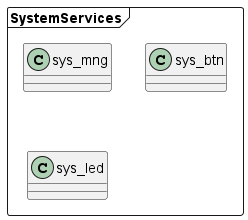
The PlantUML diagram docs/docs/architecture_syssvcs/architecture_syssvcs.png in minh2002sn/led_control, before a commit.
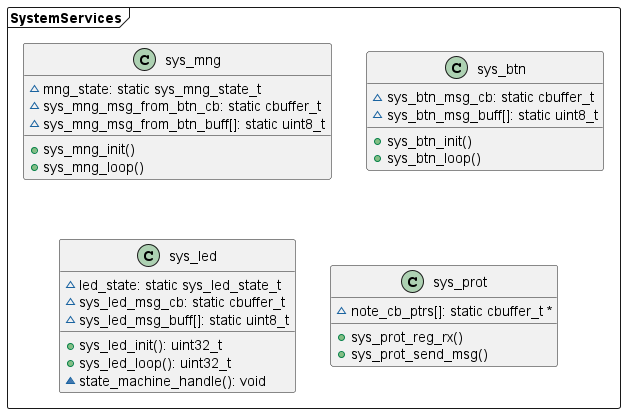
The same diagram one commit later.

Change to the diagram source:
```diff
@@ -2,8 +2,35 @@
 
 package SystemServices <<Frame>> {
   class sys_mng
+  {
+    ~mng_state: static sys_mng_state_t
+    ~sys_mng_msg_from_btn_cb: static cbuffer_t
+    ~sys_mng_msg_from_btn_buff[]: static uint8_t
+    +sys_mng_init()
+    +sys_mng_loop()
+  }
   class sys_btn
+  {
+    ~sys_btn_msg_cb: static cbuffer_t
+    ~sys_btn_msg_buff[]: static uint8_t
+    +sys_btn_init()
+    +sys_btn_loop()
+  }
   class sys_led
+  {
+    ~led_state: static sys_led_state_t
+    ~sys_led_msg_cb: static cbuffer_t
+    ~sys_led_msg_buff[]: static uint8_t
+    +sys_led_init(): uint32_t
+    +sys_led_loop(): uint32_t
+    ~state_machine_handle(): void
+  }
+  class sys_prot
+  {
+    ~note_cb_ptrs[]: static cbuffer_t *
+    +sys_prot_reg_rx()
+    +sys_prot_send_msg()
+  }
 }
 
 @enduml
```
